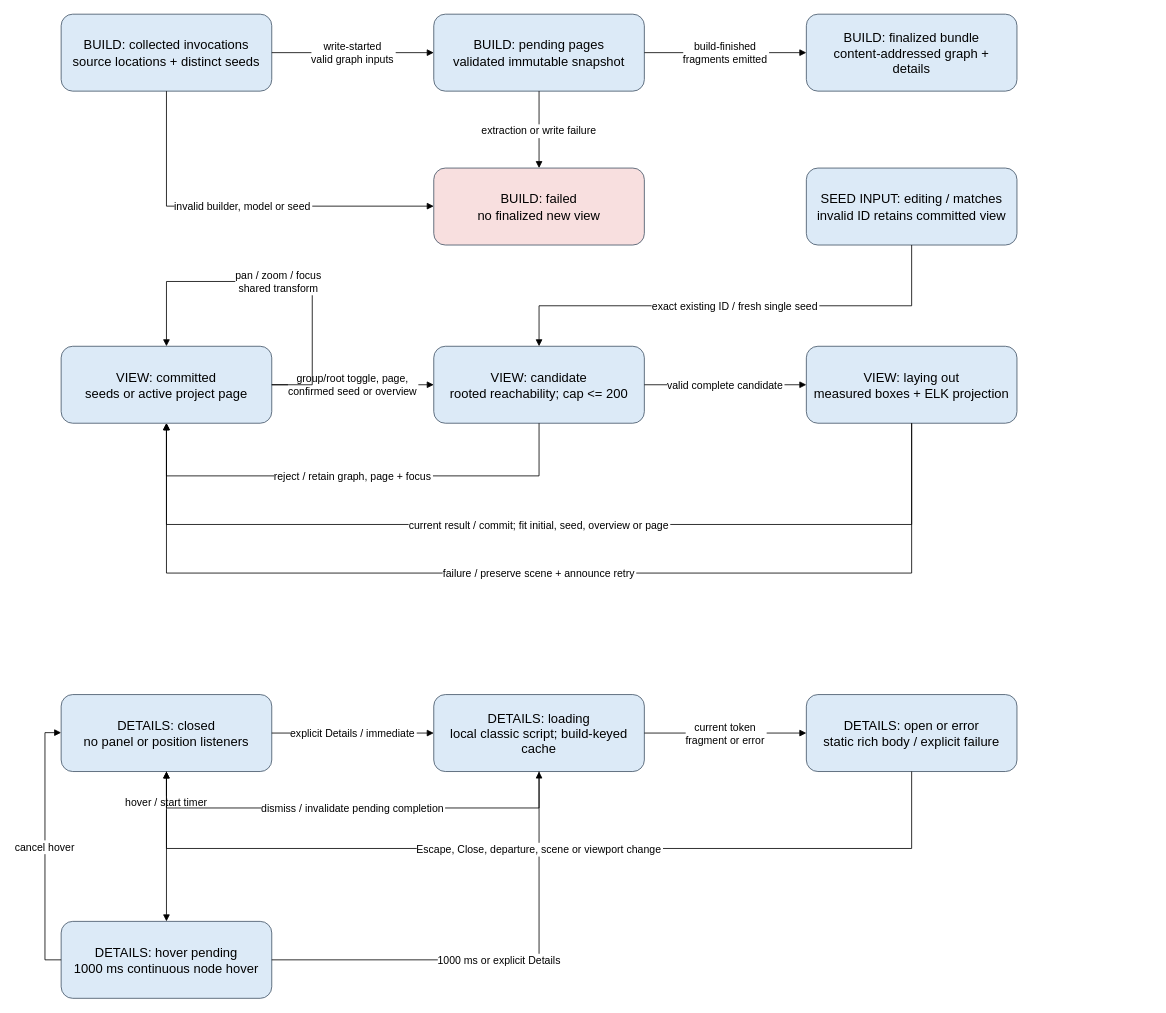
This is docs/architecture/diagrams/state-machine.drawio from sysblacksmith/STV_sphinx-traceability-view, a draw.io file, before an edit. Source tidied: cells renumbered, new cells numbered last; positions are measured from the earlier drawing's top-left corner, leaving out a move shared by most shapes. Both pictures are drawn from the tidied source at 81%, with x=0, y=0 at pixel (45, 14).
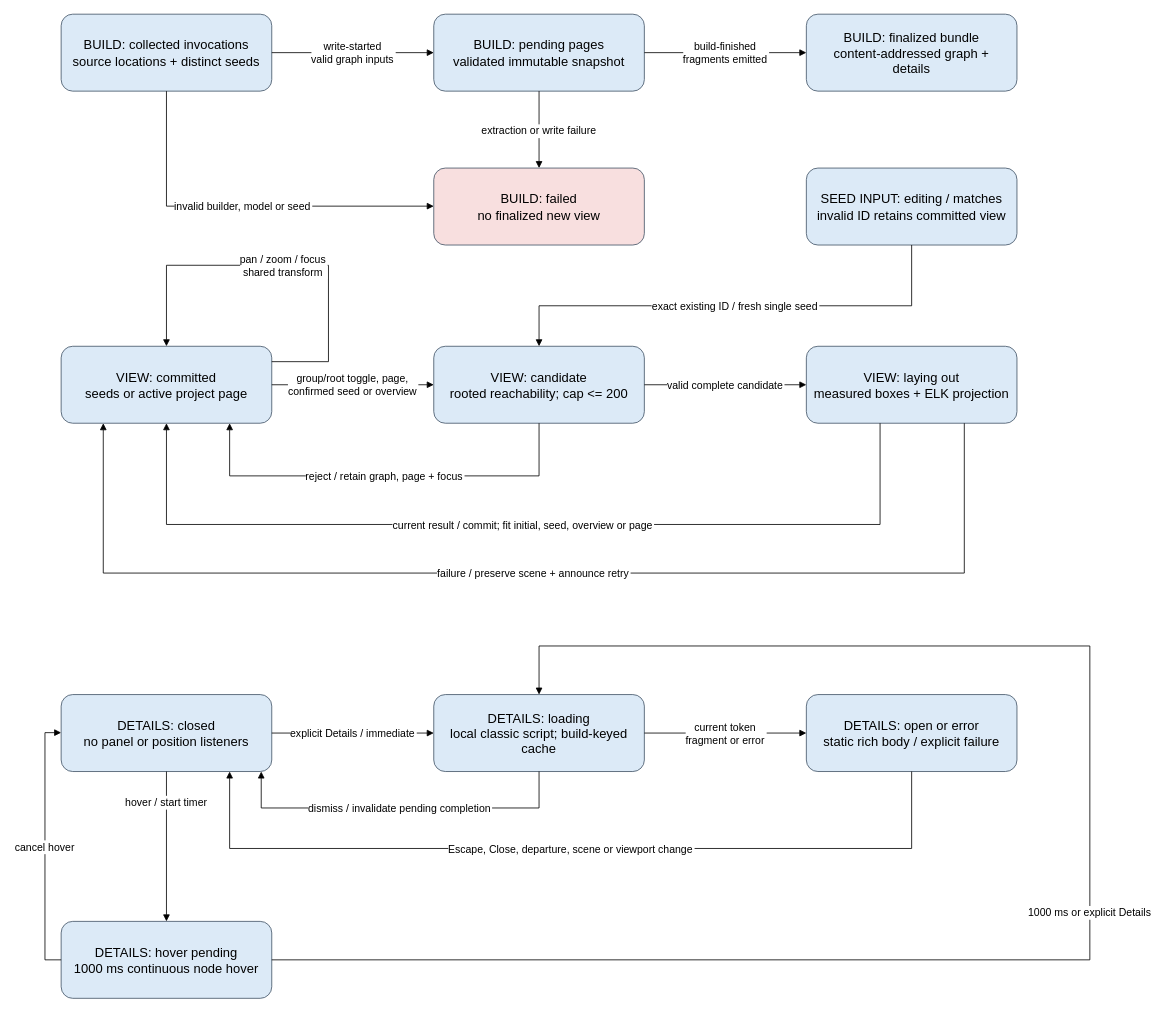
Above is the later version.

The change refers to these unchanged cells:
```xml
<mxCell id="10" value="VIEW: committed&#10;seeds or active project page" style="rounded=1;whiteSpace=wrap;html=0;fillColor=#dceaf7;strokeColor=#425466;fontSize=16;spacing=10;" parent="1" vertex="1">
  <mxGeometry x="20" y="410" width="260" height="95" as="geometry" />
</mxCell>
<mxCell id="11" value="VIEW: candidate&#10;rooted reachability; cap &lt;= 200" style="rounded=1;whiteSpace=wrap;html=0;fillColor=#dceaf7;strokeColor=#425466;fontSize=16;spacing=10;" parent="1" vertex="1">
  <mxGeometry x="480" y="410" width="260" height="95" as="geometry" />
</mxCell>
<mxCell id="12" value="VIEW: laying out&#10;measured boxes + ELK projection" style="rounded=1;whiteSpace=wrap;html=0;fillColor=#dceaf7;strokeColor=#425466;fontSize=16;spacing=10;" parent="1" vertex="1">
  <mxGeometry x="940" y="410" width="260" height="95" as="geometry" />
</mxCell>
<mxCell id="21" value="DETAILS: closed&#10;no panel or position listeners" style="rounded=1;whiteSpace=wrap;html=0;fillColor=#dceaf7;strokeColor=#425466;fontSize=16;spacing=10;" parent="1" vertex="1">
  <mxGeometry x="20" y="840" width="260" height="95" as="geometry" />
</mxCell>
<mxCell id="22" value="DETAILS: loading&#10;local classic script; build-keyed cache" style="rounded=1;whiteSpace=wrap;html=0;fillColor=#dceaf7;strokeColor=#425466;fontSize=16;spacing=10;" parent="1" vertex="1">
  <mxGeometry x="480" y="840" width="260" height="95" as="geometry" />
</mxCell>
<mxCell id="23" value="DETAILS: open or error&#10;static rich body / explicit failure" style="rounded=1;whiteSpace=wrap;html=0;fillColor=#dceaf7;strokeColor=#425466;fontSize=16;spacing=10;" parent="1" vertex="1">
  <mxGeometry x="940" y="840" width="260" height="95" as="geometry" />
</mxCell>
<mxCell id="24" value="DETAILS: hover pending&#10;1000 ms continuous node hover" style="rounded=1;whiteSpace=wrap;html=0;fillColor=#dceaf7;strokeColor=#425466;fontSize=16;spacing=10;" parent="1" vertex="1">
  <mxGeometry x="20" y="1120" width="260" height="95" as="geometry" />
</mxCell>
```

What changed in the source:
```diff
@@
-    <mxCell id="15" value="reject / retain graph, page + focus" style="edgeStyle=orthogonalEdgeStyle;rounded=0;html=0;endArrow=block;fontSize=13;labelBackgroundColor=#ffffff;" parent="1" edge="1" source="11" target="10">
+    <mxCell id="15" value="reject / retain graph, page + focus" style="edgeStyle=orthogonalEdgeStyle;rounded=0;html=0;endArrow=block;fontSize=13;labelBackgroundColor=#ffffff;exitX=0.5;exitY=1;entryX=0.8;entryY=1;" parent="1" edge="1" source="11" target="10">
       <mxGeometry relative="1" as="geometry">
         <Array as="points">
           <mxPoint x="610" y="570" />
-          <mxPoint x="150" y="570" />
+          <mxPoint x="228" y="570" />
         </Array>
       </mxGeometry>
     </mxCell>
-    <mxCell id="16" value="current result / commit; fit initial, seed, overview or page" style="edgeStyle=orthogonalEdgeStyle;rounded=0;html=0;endArrow=block;fontSize=13;labelBackgroundColor=#ffffff;" parent="1" edge="1" source="12" target="10">
+    <mxCell id="16" value="current result / commit; fit initial, seed, overview or page" style="edgeStyle=orthogonalEdgeStyle;rounded=0;html=0;endArrow=block;fontSize=13;labelBackgroundColor=#ffffff;exitX=0.35;exitY=1;entryX=0.5;entryY=1;" parent="1" edge="1" source="12" target="10">
       <mxGeometry relative="1" as="geometry">
         <Array as="points">
-          <mxPoint x="1070" y="630" />
+          <mxPoint x="1031" y="630" />
           <mxPoint x="150" y="630" />
         </Array>
       </mxGeometry>
     </mxCell>
-    <mxCell id="17" value="failure / preserve scene + announce retry" style="edgeStyle=orthogonalEdgeStyle;rounded=0;html=0;endArrow=block;fontSize=13;labelBackgroundColor=#ffffff;" parent="1" edge="1" source="12" target="10">
+    <mxCell id="17" value="failure / preserve scene + announce retry" style="edgeStyle=orthogonalEdgeStyle;rounded=0;html=0;endArrow=block;fontSize=13;labelBackgroundColor=#ffffff;exitX=0.75;exitY=1;entryX=0.2;entryY=1;" parent="1" edge="1" source="12" target="10">
       <mxGeometry relative="1" as="geometry">
         <Array as="points">
-          <mxPoint x="1070" y="690" />
-          <mxPoint x="150" y="690" />
+          <mxPoint x="1135" y="690" />
+          <mxPoint x="72" y="690" />
         </Array>
       </mxGeometry>
     </mxCell>
-    <mxCell id="18" value="pan / zoom / focus&#10;shared transform" style="edgeStyle=orthogonalEdgeStyle;rounded=0;html=0;endArrow=block;fontSize=13;labelBackgroundColor=#ffffff;exitX=1;exitY=0.5;entryX=0.5;entryY=0;" parent="1" edge="1" source="10" target="10">
+    <mxCell id="18" value="pan / zoom / focus&#10;shared transform" style="edgeStyle=orthogonalEdgeStyle;rounded=0;html=0;endArrow=block;fontSize=13;labelBackgroundColor=#ffffff;exitX=1;exitY=0.2;entryX=0.5;entryY=0;" parent="1" edge="1" source="10" target="10">
       <mxGeometry relative="1" as="geometry">
         <Array as="points">
-          <mxPoint x="330" y="457" />
-          <mxPoint x="330" y="330" />
-          <mxPoint x="150" y="330" />
+          <mxPoint x="350" y="429" />
+          <mxPoint x="350" y="310" />
+          <mxPoint x="150" y="310" />
         </Array>
       </mxGeometry>
     </mxCell>
@@
-    <mxCell id="27" value="1000 ms or explicit Details" style="edgeStyle=orthogonalEdgeStyle;rounded=0;html=0;endArrow=block;fontSize=13;labelBackgroundColor=#ffffff;" parent="1" edge="1" source="24" target="22">
+    <mxCell id="27" value="1000 ms or explicit Details" style="edgeStyle=orthogonalEdgeStyle;rounded=0;html=0;endArrow=block;fontSize=13;labelBackgroundColor=#ffffff;exitX=1;exitY=0.5;entryX=0.5;entryY=0;" parent="1" edge="1" source="24" target="22">
       <mxGeometry relative="1" as="geometry">
         <Array as="points">
-          <mxPoint x="610" y="1167" />
+          <mxPoint x="1290" y="1167" />
+          <mxPoint x="1290" y="780" />
+          <mxPoint x="610" y="780" />
         </Array>
       </mxGeometry>
     </mxCell>
@@
-    <mxCell id="30" value="Escape, Close, departure, scene or viewport change" style="edgeStyle=orthogonalEdgeStyle;rounded=0;html=0;endArrow=block;fontSize=13;labelBackgroundColor=#ffffff;" parent="1" edge="1" source="23" target="21">
+    <mxCell id="30" value="Escape, Close, departure, scene or viewport change" style="edgeStyle=orthogonalEdgeStyle;rounded=0;html=0;endArrow=block;fontSize=13;labelBackgroundColor=#ffffff;exitX=0.5;exitY=1;entryX=0.8;entryY=1;" parent="1" edge="1" source="23" target="21">
       <mxGeometry relative="1" as="geometry">
         <Array as="points">
           <mxPoint x="1070" y="1030" />
-          <mxPoint x="150" y="1030" />
+          <mxPoint x="228" y="1030" />
         </Array>
       </mxGeometry>
     </mxCell>
-    <mxCell id="31" value="dismiss / invalidate pending completion" style="edgeStyle=orthogonalEdgeStyle;rounded=0;html=0;endArrow=block;fontSize=13;labelBackgroundColor=#ffffff;" parent="1" edge="1" source="22" target="21">
+    <mxCell id="31" value="dismiss / invalidate pending completion" style="edgeStyle=orthogonalEdgeStyle;rounded=0;html=0;endArrow=block;fontSize=13;labelBackgroundColor=#ffffff;exitX=0.5;exitY=1;entryX=0.95;entryY=1;" parent="1" edge="1" source="22" target="21">
       <mxGeometry relative="1" as="geometry">
         <Array as="points">
           <mxPoint x="610" y="980" />
-          <mxPoint x="150" y="980" />
+          <mxPoint x="267" y="980" />
         </Array>
       </mxGeometry>
     </mxCell>
```
